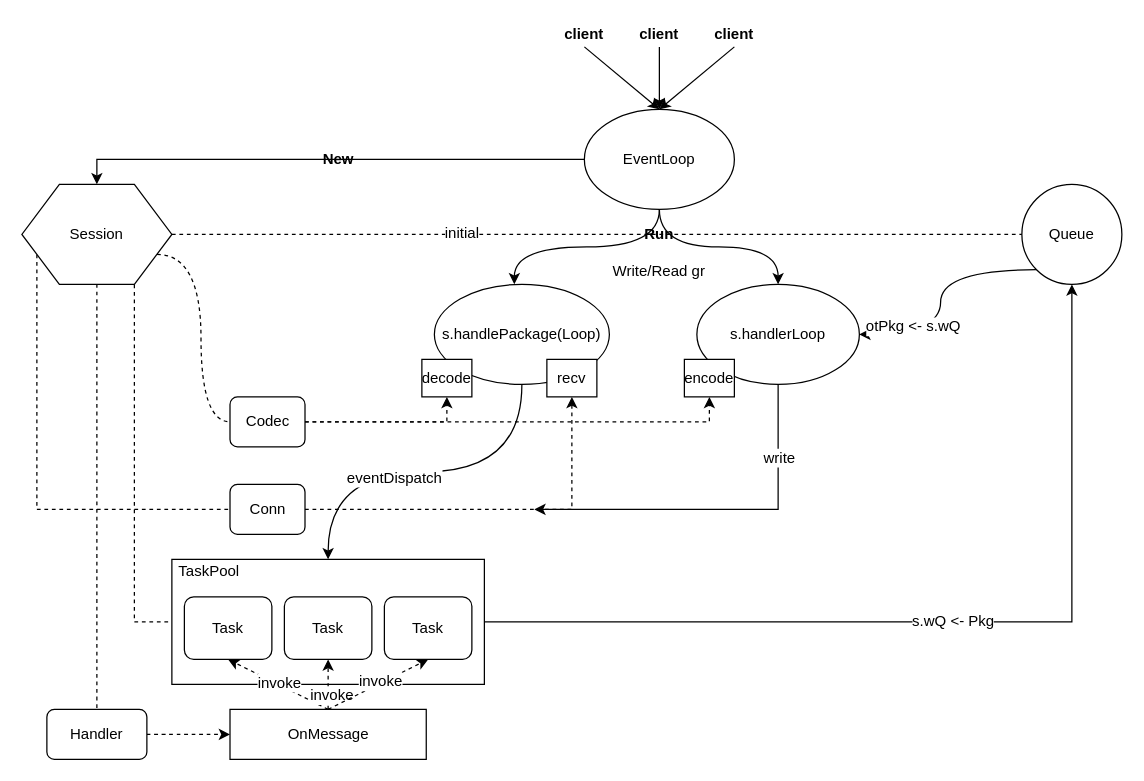
Before: 未命名绘图.drawio in watermelo/image, a draw.io diagram. Source tidied: cells renumbered, new cells numbered last; positions are measured from the earlier drawing's top-left corner, leaving out a move shared by most shapes. Both pictures are drawn from the tidied source at 125%, with x=0, y=0 at pixel (21, 21).
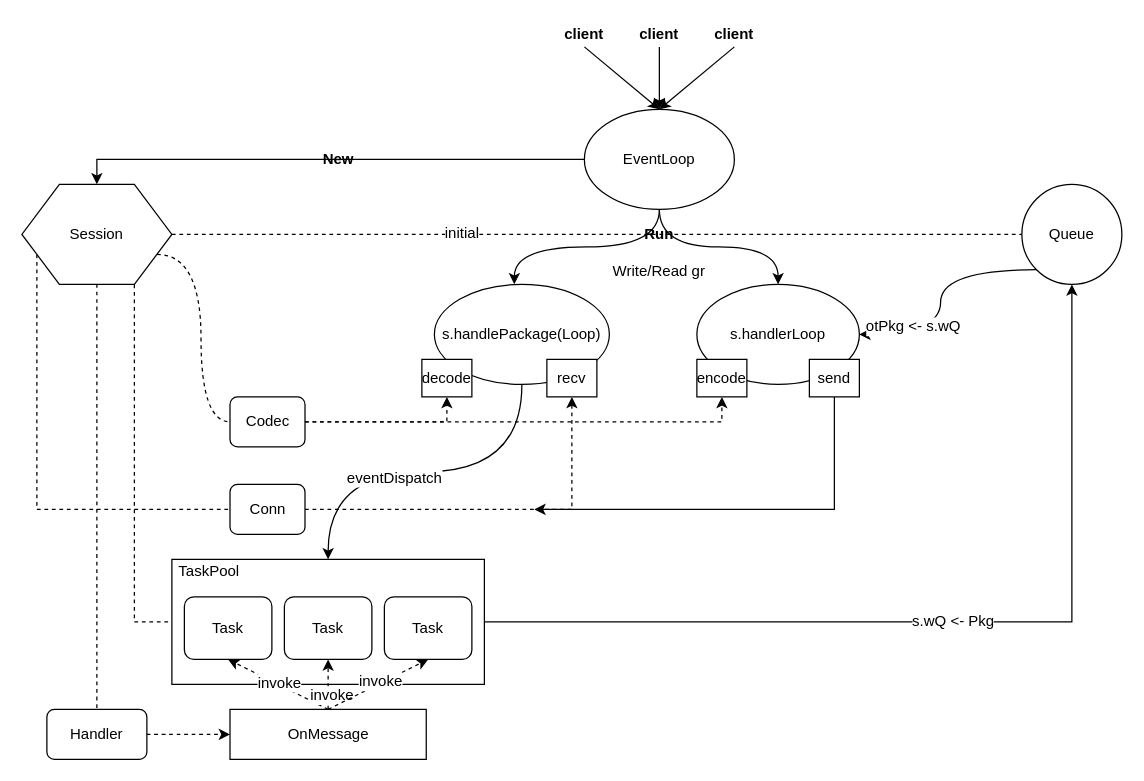
After the change.

Unchanged cells that the change refers to:
```xml
<mxCell id="17" value="s.handlerLoop" style="ellipse;whiteSpace=wrap;html=1;" parent="1" vertex="1">
  <mxGeometry x="540" y="210" width="130" height="80" as="geometry" />
</mxCell>
```

Change to the diagram source:
```diff
@@
-    <mxCell id="15" style="edgeStyle=orthogonalEdgeStyle;rounded=0;jettySize=auto;html=1;exitX=0.5;exitY=1;exitDx=0;exitDy=0;startArrow=none;startFill=0;endArrow=classic;endFill=1;" parent="1" edge="1" source="17">
+    <mxCell id="15" style="edgeStyle=orthogonalEdgeStyle;rounded=0;jettySize=auto;html=1;exitX=0.5;exitY=1;exitDx=0;exitDy=0;startArrow=none;startFill=0;endArrow=classic;endFill=1;" parent="1" edge="1" source="55">
       <mxGeometry relative="1" as="geometry">
         <mxPoint x="410" y="390" as="targetPoint" />
         <Array as="points">
-          <mxPoint x="605" y="390" />
+          <mxPoint x="650" y="390" />
         </Array>
       </mxGeometry>
     </mxCell>
-    <mxCell id="16" value="write" style="text;html=1;align=center;verticalAlign=middle;labelBackgroundColor=#ffffff;" parent="15" vertex="1">
-      <mxGeometry x="-0.61" relative="1" as="geometry" />
-    </mxCell>
@@
     <mxCell id="44" value="encode" style="rounded=0;whiteSpace=wrap;html=1;" parent="1" vertex="1">
-      <mxGeometry x="530" y="270" width="40" height="30" as="geometry" />
+      <mxGeometry x="540" y="270" width="40" height="30" as="geometry" />
     </mxCell>
@@
+    <mxCell id="55" value="send" style="rounded=0;whiteSpace=wrap;html=1;" parent="1" vertex="1">
+      <mxGeometry x="630" y="270" width="40" height="30" as="geometry" />
+    </mxCell>
```
